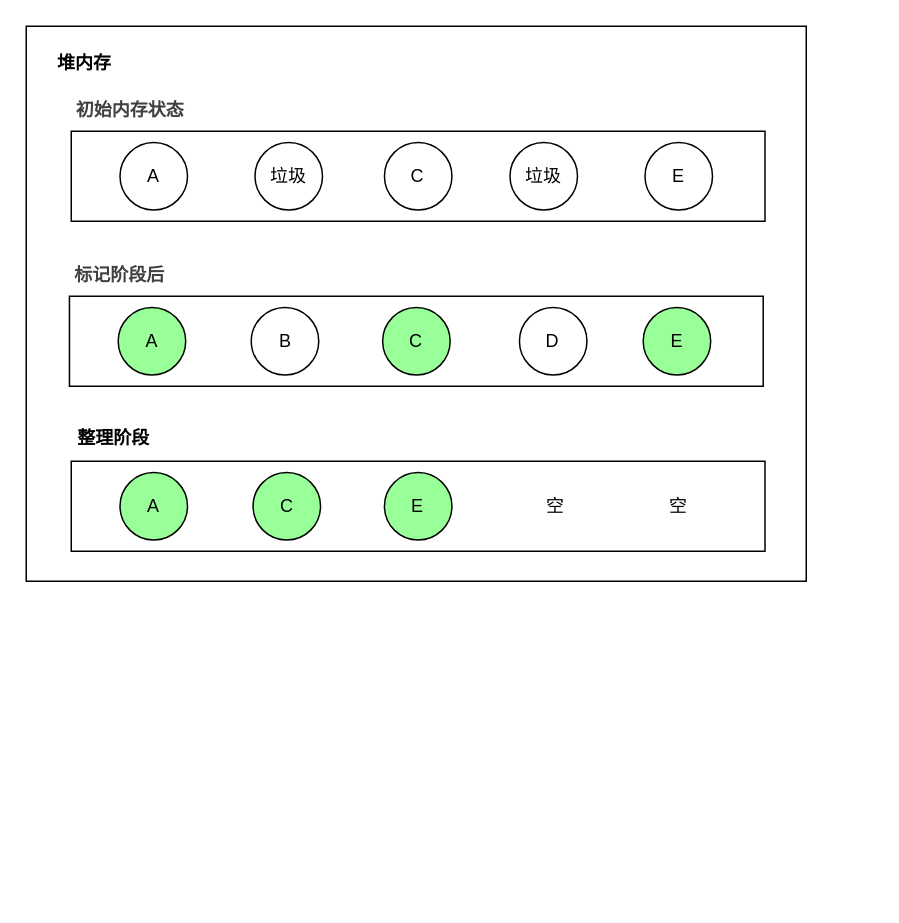
Before: algorithm/标记-整理算法.drawio in abigalexy/online_drawing, a draw.io diagram. Source tidied: cells renumbered, new cells numbered last; positions are measured from the earlier drawing's top-left corner, leaving out a move shared by most shapes. Both pictures are drawn from the tidied source at 150%, with x=0, y=0 at pixel (26, 26).
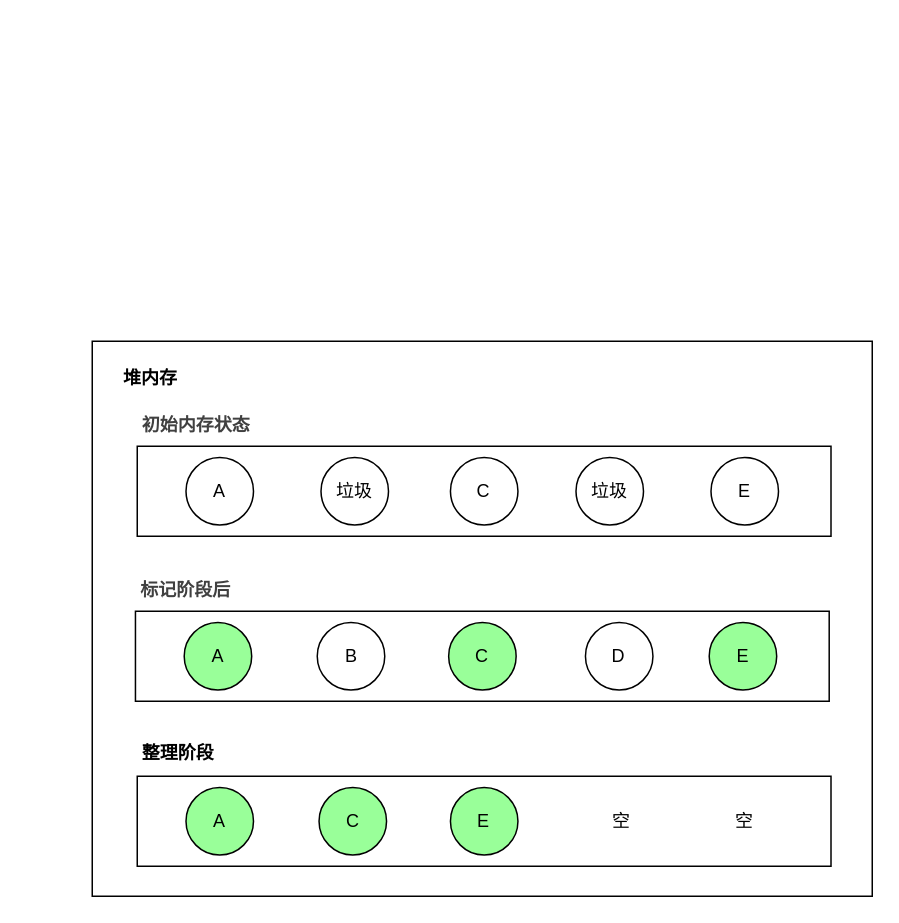
After the change.

Commit message:
已添加 标记-整理算法.drawio

What changed in the source:
```diff
@@
-    <mxCell id="2" style="rounded=0;whiteSpace=wrap;html=1;" parent="1" vertex="1">
-      <mxGeometry width="520" height="370" as="geometry" />
-    </mxCell>
-    <mxCell id="3" style="group;" parent="1" vertex="1">
-      <mxGeometry x="30" y="70" width="462.5" height="60" as="geometry" />
-    </mxCell>
-    <mxCell id="4" style="rounded=0;whiteSpace=wrap;html=1;" parent="3" vertex="1">
-      <mxGeometry width="462.5" height="60" as="geometry" />
-    </mxCell>
+    <mxCell id="41" style="group;" parent="1" vertex="1">
+      <mxGeometry x="44" y="210" width="520" height="370" as="geometry" />
+    </mxCell>
+    <mxCell id="42" style="rounded=0;whiteSpace=wrap;html=1;" parent="41" vertex="1">
+      <mxGeometry width="520" height="370" as="geometry" />
+    </mxCell>
+    <mxCell id="43" style="group;" parent="41" vertex="1">
+      <mxGeometry x="30" y="70" width="462.5" height="60" as="geometry" />
+    </mxCell>
+    <mxCell id="44" style="rounded=0;whiteSpace=wrap;html=1;" parent="43" vertex="1">
+      <mxGeometry width="462.5" height="60" as="geometry" />
+    </mxCell>
-    <mxCell id="5" style="ellipse;whiteSpace=wrap;html=1;" parent="3" vertex="1">
+    <mxCell id="5" style="ellipse;whiteSpace=wrap;html=1;" parent="43" vertex="1">
       <mxGeometry x="32.5" y="7.5" width="45" height="45" as="geometry" />
     </mxCell>
-    <mxCell id="6" style="ellipse;whiteSpace=wrap;html=1;" parent="3" vertex="1">
+    <mxCell id="6" style="ellipse;whiteSpace=wrap;html=1;" parent="43" vertex="1">
       <mxGeometry x="122.5" y="7.5" width="45" height="45" as="geometry" />
     </mxCell>
-    <mxCell id="7" style="ellipse;whiteSpace=wrap;html=1;" parent="3" vertex="1">
+    <mxCell id="7" style="ellipse;whiteSpace=wrap;html=1;" parent="43" vertex="1">
       <mxGeometry x="208.8" y="7.5" width="45" height="45" as="geometry" />
     </mxCell>
-    <mxCell id="8" style="ellipse;whiteSpace=wrap;html=1;" parent="3" vertex="1">
+    <mxCell id="8" style="ellipse;whiteSpace=wrap;html=1;" parent="43" vertex="1">
       <mxGeometry x="292.5" y="7.5" width="45" height="45" as="geometry" />
     </mxCell>
-    <mxCell id="9" style="ellipse;whiteSpace=wrap;html=1;" parent="3" vertex="1">
+    <mxCell id="9" style="ellipse;whiteSpace=wrap;html=1;" parent="43" vertex="1">
       <mxGeometry x="382.5" y="7.5" width="45" height="45" as="geometry" />
     </mxCell>
-    <mxCell id="10" value="A" style="text;strokeColor=none;align=center;fillColor=none;html=1;verticalAlign=middle;whiteSpace=wrap;rounded=0;" parent="3" vertex="1">
-      <mxGeometry x="40" y="15" width="30" height="30" as="geometry" />
-    </mxCell>
+    <mxCell id="45" value="A" style="text;strokeColor=none;align=center;fillColor=none;html=1;verticalAlign=middle;whiteSpace=wrap;rounded=0;" parent="43" vertex="1">
+      <mxGeometry x="40" y="15" width="30" height="30" as="geometry" />
+    </mxCell>
-    <mxCell id="11" value="垃圾" style="text;strokeColor=none;align=center;fillColor=none;html=1;verticalAlign=middle;whiteSpace=wrap;rounded=0;" parent="3" vertex="1">
+    <mxCell id="11" value="垃圾" style="text;strokeColor=none;align=center;fillColor=none;html=1;verticalAlign=middle;whiteSpace=wrap;rounded=0;" parent="43" vertex="1">
       <mxGeometry x="130" y="15" width="30" height="30" as="geometry" />
     </mxCell>
-    <mxCell id="12" value="C" style="text;strokeColor=none;align=center;fillColor=none;html=1;verticalAlign=middle;whiteSpace=wrap;rounded=0;" parent="3" vertex="1">
-      <mxGeometry x="216.2" y="15" width="30" height="30" as="geometry" />
-    </mxCell>
+    <mxCell id="46" value="C" style="text;strokeColor=none;align=center;fillColor=none;html=1;verticalAlign=middle;whiteSpace=wrap;rounded=0;" parent="43" vertex="1">
+      <mxGeometry x="216.2" y="15" width="30" height="30" as="geometry" />
+    </mxCell>
-    <mxCell id="13" value="垃圾" style="text;strokeColor=none;align=center;fillColor=none;html=1;verticalAlign=middle;whiteSpace=wrap;rounded=0;" parent="3" vertex="1">
+    <mxCell id="13" value="垃圾" style="text;strokeColor=none;align=center;fillColor=none;html=1;verticalAlign=middle;whiteSpace=wrap;rounded=0;" parent="43" vertex="1">
       <mxGeometry x="300" y="15" width="30" height="30" as="geometry" />
     </mxCell>
-    <mxCell id="14" value="E" style="text;strokeColor=none;align=center;fillColor=none;html=1;verticalAlign=middle;whiteSpace=wrap;rounded=0;" parent="3" vertex="1">
-      <mxGeometry x="390" y="15" width="30" height="30" as="geometry" />
-    </mxCell>
+    <mxCell id="47" value="E" style="text;strokeColor=none;align=center;fillColor=none;html=1;verticalAlign=middle;whiteSpace=wrap;rounded=0;" parent="43" vertex="1">
+      <mxGeometry x="390" y="15" width="30" height="30" as="geometry" />
+    </mxCell>
-    <mxCell id="15" value="&lt;b&gt;堆内存&lt;/b&gt;" style="text;strokeColor=none;align=center;fillColor=none;html=1;verticalAlign=middle;whiteSpace=wrap;rounded=0;" parent="1" vertex="1">
+    <mxCell id="15" value="&lt;b&gt;堆内存&lt;/b&gt;" style="text;strokeColor=none;align=center;fillColor=none;html=1;verticalAlign=middle;whiteSpace=wrap;rounded=0;" parent="41" vertex="1">
       <mxGeometry x="8.8" y="10" width="60" height="30" as="geometry" />
     </mxCell>
-    <mxCell id="16" value="&lt;h3 style=&quot;line-height: 1.5; margin: calc(var(--ds-md-zoom)*16px)0 calc(var(--ds-md-zoom)*12px)0; text-align: start; background-color: rgb(255, 255, 255); color: rgb(64, 64, 64);&quot;&gt;&lt;font face=&quot;quote-cjk-patch, Inter, system-ui, -apple-system, BlinkMacSystemFont, Segoe UI, Roboto, Noto Sans, Ubuntu, Cantarell, Helvetica Neue, Oxygen, Open Sans, sans-serif&quot; color=&quot;#404040&quot;&gt;&lt;span style=&quot;font-size: 12px;&quot;&gt;初始内存状态&lt;/span&gt;&lt;/font&gt;&lt;br&gt;&lt;/h3&gt;" style="text;strokeColor=none;align=center;fillColor=none;html=1;verticalAlign=middle;whiteSpace=wrap;rounded=0;" parent="1" vertex="1">
+    <mxCell id="16" value="&lt;h3 style=&quot;line-height: 1.5; margin: calc(var(--ds-md-zoom)*16px)0 calc(var(--ds-md-zoom)*12px)0; text-align: start; background-color: rgb(255, 255, 255); color: rgb(64, 64, 64);&quot;&gt;&lt;font face=&quot;quote-cjk-patch, Inter, system-ui, -apple-system, BlinkMacSystemFont, Segoe UI, Roboto, Noto Sans, Ubuntu, Cantarell, Helvetica Neue, Oxygen, Open Sans, sans-serif&quot; color=&quot;#404040&quot;&gt;&lt;span style=&quot;font-size: 12px;&quot;&gt;初始内存状态&lt;/span&gt;&lt;/font&gt;&lt;br&gt;&lt;/h3&gt;" style="text;strokeColor=none;align=center;fillColor=none;html=1;verticalAlign=middle;whiteSpace=wrap;rounded=0;" parent="41" vertex="1">
       <mxGeometry x="28.8" y="40" width="81.2" height="30" as="geometry" />
     </mxCell>
-    <mxCell id="17" value="&lt;h3 style=&quot;line-height: 1.5; margin: calc(var(--ds-md-zoom)*16px)0 calc(var(--ds-md-zoom)*12px)0; text-align: start; background-color: rgb(255, 255, 255); color: rgb(64, 64, 64);&quot;&gt;&lt;font face=&quot;quote-cjk-patch, Inter, system-ui, -apple-system, BlinkMacSystemFont, Segoe UI, Roboto, Noto Sans, Ubuntu, Cantarell, Helvetica Neue, Oxygen, Open Sans, sans-serif&quot; color=&quot;#404040&quot;&gt;&lt;span style=&quot;font-size: 12px;&quot;&gt;标记阶段后&lt;/span&gt;&lt;/font&gt;&lt;br&gt;&lt;/h3&gt;" style="text;strokeColor=none;align=center;fillColor=none;html=1;verticalAlign=middle;whiteSpace=wrap;rounded=0;" parent="1" vertex="1">
+    <mxCell id="17" value="&lt;h3 style=&quot;line-height: 1.5; margin: calc(var(--ds-md-zoom)*16px)0 calc(var(--ds-md-zoom)*12px)0; text-align: start; background-color: rgb(255, 255, 255); color: rgb(64, 64, 64);&quot;&gt;&lt;font face=&quot;quote-cjk-patch, Inter, system-ui, -apple-system, BlinkMacSystemFont, Segoe UI, Roboto, Noto Sans, Ubuntu, Cantarell, Helvetica Neue, Oxygen, Open Sans, sans-serif&quot; color=&quot;#404040&quot;&gt;&lt;span style=&quot;font-size: 12px;&quot;&gt;标记阶段后&lt;/span&gt;&lt;/font&gt;&lt;br&gt;&lt;/h3&gt;" style="text;strokeColor=none;align=center;fillColor=none;html=1;verticalAlign=middle;whiteSpace=wrap;rounded=0;" parent="41" vertex="1">
       <mxGeometry x="27.5" y="150" width="71.2" height="30" as="geometry" />
     </mxCell>
-    <mxCell id="18" value="&lt;font face=&quot;quote-cjk-patch, Inter, system-ui, -apple-system, BlinkMacSystemFont, Segoe UI, Roboto, Noto Sans, Ubuntu, Cantarell, Helvetica Neue, Oxygen, Open Sans, sans-serif&quot;&gt;&lt;b&gt;整理阶段&lt;/b&gt;&lt;/font&gt;" style="text;strokeColor=none;align=center;fillColor=none;html=1;verticalAlign=middle;whiteSpace=wrap;rounded=0;" parent="1" vertex="1">
+    <mxCell id="18" value="&lt;font face=&quot;quote-cjk-patch, Inter, system-ui, -apple-system, BlinkMacSystemFont, Segoe UI, Roboto, Noto Sans, Ubuntu, Cantarell, Helvetica Neue, Oxygen, Open Sans, sans-serif&quot;&gt;&lt;b&gt;整理阶段&lt;/b&gt;&lt;/font&gt;" style="text;strokeColor=none;align=center;fillColor=none;html=1;verticalAlign=middle;whiteSpace=wrap;rounded=0;" parent="41" vertex="1">
       <mxGeometry x="27.5" y="260" width="61.2" height="30" as="geometry" />
     </mxCell>
-    <mxCell id="19" style="group;" parent="1" vertex="1">
-      <mxGeometry x="28.8" y="180" width="462.5" height="60" as="geometry" />
-    </mxCell>
-    <mxCell id="20" style="rounded=0;whiteSpace=wrap;html=1;" parent="19" vertex="1">
-      <mxGeometry width="462.5" height="60" as="geometry" />
-    </mxCell>
-    <mxCell id="21" style="ellipse;whiteSpace=wrap;html=1;fillColor=#99FF99;" parent="19" vertex="1">
-      <mxGeometry x="32.5" y="7.5" width="45" height="45" as="geometry" />
-    </mxCell>
+    <mxCell id="48" style="group;" parent="41" vertex="1">
+      <mxGeometry x="28.8" y="180" width="462.5" height="60" as="geometry" />
+    </mxCell>
+    <mxCell id="49" style="rounded=0;whiteSpace=wrap;html=1;" parent="48" vertex="1">
+      <mxGeometry width="462.5" height="60" as="geometry" />
+    </mxCell>
+    <mxCell id="50" style="ellipse;whiteSpace=wrap;html=1;fillColor=#99FF99;" parent="48" vertex="1">
+      <mxGeometry x="32.5" y="7.5" width="45" height="45" as="geometry" />
+    </mxCell>
-    <mxCell id="22" style="ellipse;whiteSpace=wrap;html=1;fillColor=#99FF99;" parent="19" vertex="1">
+    <mxCell id="22" style="ellipse;whiteSpace=wrap;html=1;fillColor=#99FF99;" parent="48" vertex="1">
       <mxGeometry x="382.5" y="7.5" width="45" height="45" as="geometry" />
     </mxCell>
-    <mxCell id="23" style="ellipse;whiteSpace=wrap;html=1;fillColor=#99FF99;" parent="19" vertex="1">
-      <mxGeometry x="208.8" y="7.5" width="45" height="45" as="geometry" />
-    </mxCell>
+    <mxCell id="51" style="ellipse;whiteSpace=wrap;html=1;fillColor=#99FF99;" parent="48" vertex="1">
+      <mxGeometry x="208.8" y="7.5" width="45" height="45" as="geometry" />
+    </mxCell>
-    <mxCell id="24" style="ellipse;whiteSpace=wrap;html=1;" parent="19" vertex="1">
+    <mxCell id="24" style="ellipse;whiteSpace=wrap;html=1;" parent="48" vertex="1">
       <mxGeometry x="121.2" y="7.5" width="45" height="45" as="geometry" />
     </mxCell>
-    <mxCell id="25" style="ellipse;whiteSpace=wrap;html=1;" parent="19" vertex="1">
+    <mxCell id="25" style="ellipse;whiteSpace=wrap;html=1;" parent="48" vertex="1">
       <mxGeometry x="300" y="7.5" width="45" height="45" as="geometry" />
     </mxCell>
-    <mxCell id="26" value="A" style="text;strokeColor=none;align=center;fillColor=none;html=1;verticalAlign=middle;whiteSpace=wrap;rounded=0;" parent="19" vertex="1">
-      <mxGeometry x="40" y="15" width="30" height="30" as="geometry" />
-    </mxCell>
+    <mxCell id="52" value="A" style="text;strokeColor=none;align=center;fillColor=none;html=1;verticalAlign=middle;whiteSpace=wrap;rounded=0;" parent="48" vertex="1">
+      <mxGeometry x="40" y="15" width="30" height="30" as="geometry" />
+    </mxCell>
-    <mxCell id="27" value="B" style="text;strokeColor=none;align=center;fillColor=none;html=1;verticalAlign=middle;whiteSpace=wrap;rounded=0;" parent="19" vertex="1">
+    <mxCell id="27" value="B" style="text;strokeColor=none;align=center;fillColor=none;html=1;verticalAlign=middle;whiteSpace=wrap;rounded=0;" parent="48" vertex="1">
       <mxGeometry x="128.8" y="15" width="30" height="30" as="geometry" />
     </mxCell>
-    <mxCell id="28" value="C" style="text;strokeColor=none;align=center;fillColor=none;html=1;verticalAlign=middle;whiteSpace=wrap;rounded=0;" parent="19" vertex="1">
-      <mxGeometry x="216.2" y="15" width="30" height="30" as="geometry" />
-    </mxCell>
+    <mxCell id="53" value="C" style="text;strokeColor=none;align=center;fillColor=none;html=1;verticalAlign=middle;whiteSpace=wrap;rounded=0;" parent="48" vertex="1">
+      <mxGeometry x="216.2" y="15" width="30" height="30" as="geometry" />
+    </mxCell>
-    <mxCell id="29" value="D" style="text;strokeColor=none;align=center;fillColor=none;html=1;verticalAlign=middle;whiteSpace=wrap;rounded=0;" parent="19" vertex="1">
+    <mxCell id="29" value="D" style="text;strokeColor=none;align=center;fillColor=none;html=1;verticalAlign=middle;whiteSpace=wrap;rounded=0;" parent="48" vertex="1">
       <mxGeometry x="307.5" y="15" width="30" height="30" as="geometry" />
     </mxCell>
-    <mxCell id="30" value="E" style="text;strokeColor=none;align=center;fillColor=none;html=1;verticalAlign=middle;whiteSpace=wrap;rounded=0;" parent="19" vertex="1">
-      <mxGeometry x="390" y="15" width="30" height="30" as="geometry" />
-    </mxCell>
-    <mxCell id="31" style="group;" parent="1" vertex="1">
-      <mxGeometry x="30" y="290" width="462.5" height="60" as="geometry" />
-    </mxCell>
-    <mxCell id="32" style="rounded=0;whiteSpace=wrap;html=1;" parent="31" vertex="1">
-      <mxGeometry width="462.5" height="60" as="geometry" />
-    </mxCell>
+    <mxCell id="54" value="E" style="text;strokeColor=none;align=center;fillColor=none;html=1;verticalAlign=middle;whiteSpace=wrap;rounded=0;" parent="48" vertex="1">
+      <mxGeometry x="390" y="15" width="30" height="30" as="geometry" />
+    </mxCell>
+    <mxCell id="55" style="group;" parent="41" vertex="1">
+      <mxGeometry x="30" y="290" width="462.5" height="60" as="geometry" />
+    </mxCell>
+    <mxCell id="56" style="rounded=0;whiteSpace=wrap;html=1;" parent="55" vertex="1">
+      <mxGeometry width="462.5" height="60" as="geometry" />
+    </mxCell>
-    <mxCell id="33" value="空" style="text;strokeColor=none;align=center;fillColor=none;html=1;verticalAlign=middle;whiteSpace=wrap;rounded=0;" parent="31" vertex="1">
+    <mxCell id="33" value="空" style="text;strokeColor=none;align=center;fillColor=none;html=1;verticalAlign=middle;whiteSpace=wrap;rounded=0;" parent="55" vertex="1">
       <mxGeometry x="307.5" y="15" width="30" height="30" as="geometry" />
     </mxCell>
-    <mxCell id="34" value="空" style="text;strokeColor=none;align=center;fillColor=none;html=1;verticalAlign=middle;whiteSpace=wrap;rounded=0;" parent="31" vertex="1">
+    <mxCell id="34" value="空" style="text;strokeColor=none;align=center;fillColor=none;html=1;verticalAlign=middle;whiteSpace=wrap;rounded=0;" parent="55" vertex="1">
       <mxGeometry x="390" y="15" width="30" height="30" as="geometry" />
     </mxCell>
-    <mxCell id="35" style="ellipse;whiteSpace=wrap;html=1;fillColor=#99FF99;" parent="31" vertex="1">
-      <mxGeometry x="32.5" y="7.5" width="45" height="45" as="geometry" />
-    </mxCell>
+    <mxCell id="57" style="ellipse;whiteSpace=wrap;html=1;fillColor=#99FF99;" parent="55" vertex="1">
+      <mxGeometry x="32.5" y="7.5" width="45" height="45" as="geometry" />
+    </mxCell>
-    <mxCell id="36" style="ellipse;whiteSpace=wrap;html=1;fillColor=#99FF99;" parent="31" vertex="1">
+    <mxCell id="36" style="ellipse;whiteSpace=wrap;html=1;fillColor=#99FF99;" parent="55" vertex="1">
       <mxGeometry x="121.2" y="7.5" width="45" height="45" as="geometry" />
     </mxCell>
-    <mxCell id="37" style="ellipse;whiteSpace=wrap;html=1;fillColor=#99FF99;" parent="31" vertex="1">
-      <mxGeometry x="208.8" y="7.5" width="45" height="45" as="geometry" />
-    </mxCell>
-    <mxCell id="38" value="A" style="text;strokeColor=none;align=center;fillColor=none;html=1;verticalAlign=middle;whiteSpace=wrap;rounded=0;" parent="31" vertex="1">
-      <mxGeometry x="40" y="15" width="30" height="30" as="geometry" />
-    </mxCell>
+    <mxCell id="58" style="ellipse;whiteSpace=wrap;html=1;fillColor=#99FF99;" parent="55" vertex="1">
+      <mxGeometry x="208.8" y="7.5" width="45" height="45" as="geometry" />
+    </mxCell>
+    <mxCell id="59" value="A" style="text;strokeColor=none;align=center;fillColor=none;html=1;verticalAlign=middle;whiteSpace=wrap;rounded=0;" parent="55" vertex="1">
+      <mxGeometry x="40" y="15" width="30" height="30" as="geometry" />
+    </mxCell>
-    <mxCell id="39" value="C" style="text;strokeColor=none;align=center;fillColor=none;html=1;verticalAlign=middle;whiteSpace=wrap;rounded=0;" parent="31" vertex="1">
+    <mxCell id="39" value="C" style="text;strokeColor=none;align=center;fillColor=none;html=1;verticalAlign=middle;whiteSpace=wrap;rounded=0;" parent="55" vertex="1">
       <mxGeometry x="128.8" y="15" width="30" height="30" as="geometry" />
     </mxCell>
-    <mxCell id="40" value="E" style="text;strokeColor=none;align=center;fillColor=none;html=1;verticalAlign=middle;whiteSpace=wrap;rounded=0;" parent="31" vertex="1">
+    <mxCell id="40" value="E" style="text;strokeColor=none;align=center;fillColor=none;html=1;verticalAlign=middle;whiteSpace=wrap;rounded=0;" parent="55" vertex="1">
       <mxGeometry x="216.2" y="15" width="30" height="30" as="geometry" />
     </mxCell>
```
